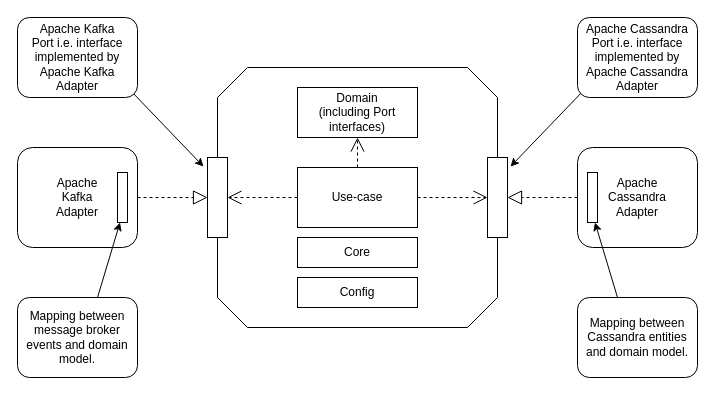
The draw.io diagram etc/doc/images/port-adapter.drawio in ngnie/small-tool-formatter, before the edit. Source tidied: cells renumbered, new cells numbered last; positions are measured from the earlier drawing's top-left corner, leaving out a move shared by most shapes. Both pictures are drawn from the tidied source at 100%, with x=0, y=0 at pixel (17, 17).
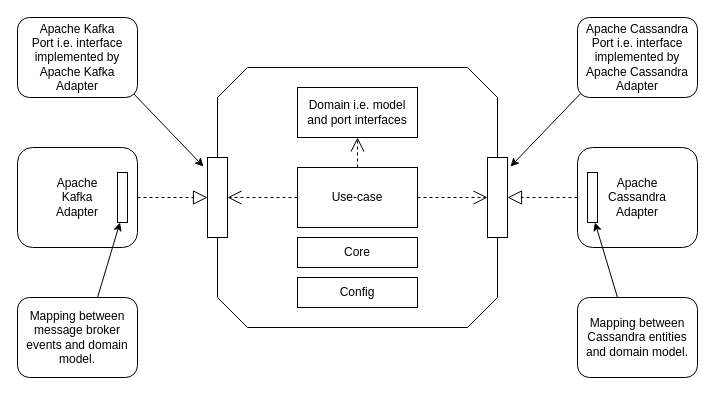
The same diagram, later.

Commit message (it also covers changes not shown here):
updated port adapter drawio

What changed in the source:
```diff
@@
-    <mxCell id="6" value="Domain&lt;div&gt;(including Port interfaces)&lt;/div&gt;" style="rounded=0;whiteSpace=wrap;html=1;" parent="1" vertex="1">
+    <mxCell id="6" value="Domain i.e. model and p&lt;span style=&quot;background-color: transparent; color: light-dark(rgb(0, 0, 0), rgb(255, 255, 255));&quot;&gt;ort interfaces&lt;/span&gt;" style="rounded=0;whiteSpace=wrap;html=1;" parent="1" vertex="1">
       <mxGeometry x="280" y="70" width="120" height="50" as="geometry" />
     </mxCell>
```
